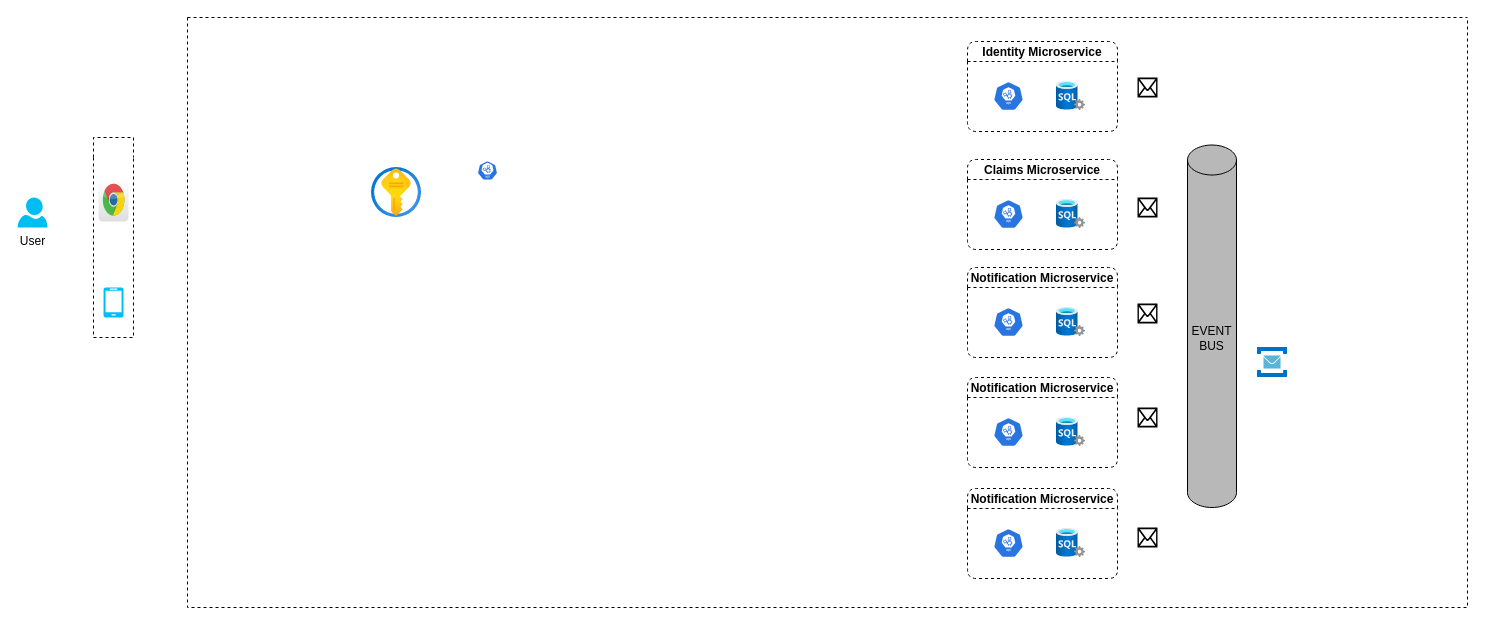
This is solution-diagram.drawio from rahulpandey1589/solution-diagrams, a draw.io file, before an edit. Source tidied: cells renumbered, new cells numbered last; positions are measured from the earlier drawing's top-left corner, leaving out a move shared by most shapes. Both pictures are drawn from the tidied source at 100%, with x=0, y=0 at pixel (17, 17).
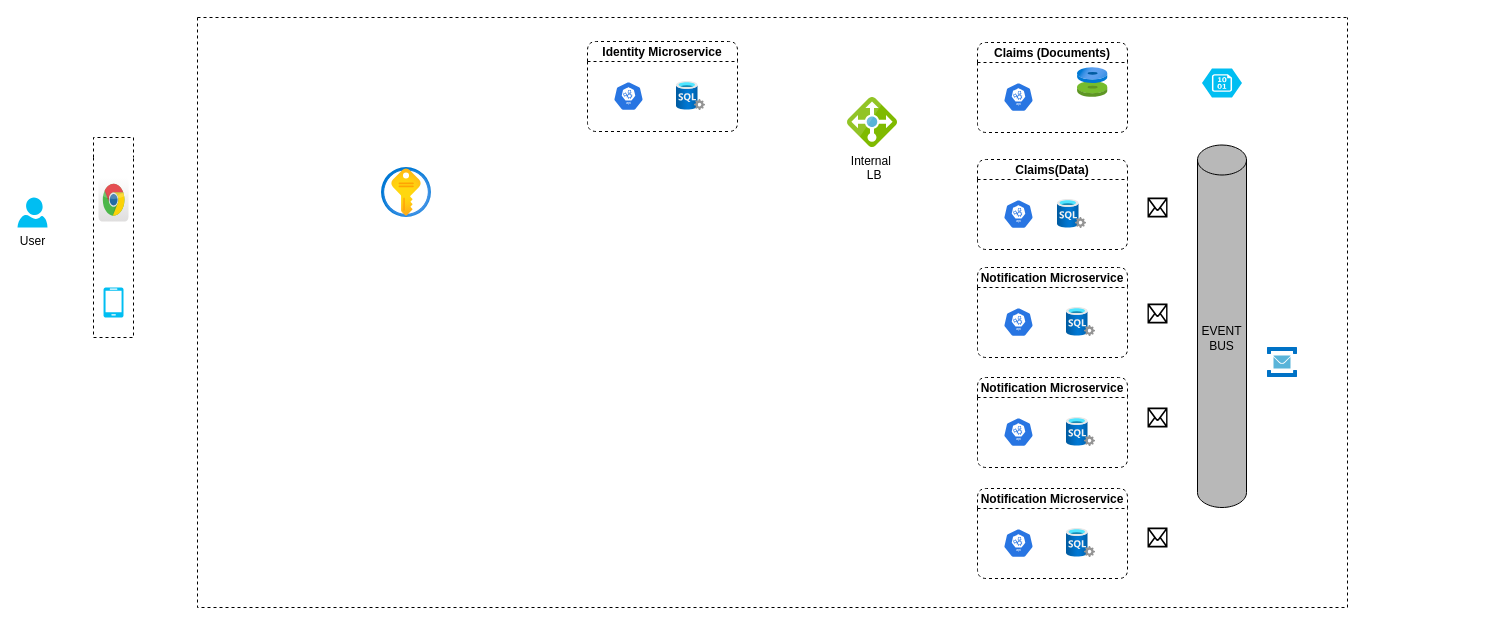
Above is the later version.

The edit, as a diff of the source:
```diff
@@
     <mxCell id="6" style="swimlane;startSize=0;labelBackgroundColor=#ADADAD;fillColor=#969696;dashed=1;" parent="1" vertex="1">
-      <mxGeometry x="170" width="1280" height="590" as="geometry" />
+      <mxGeometry x="180" width="1150" height="590" as="geometry" />
     </mxCell>
@@
     <mxCell id="9" value="Identity Microservice" style="swimlane;startSize=20;glass=0;swimlaneLine=1;dashed=1;strokeWidth=1;swimlaneFillColor=none;rounded=1;shadow=0;sketch=0;swimlaneHead=1;horizontal=1;noLabel=0;" parent="6" vertex="1">
-      <mxGeometry x="780" y="24" width="150" height="90" as="geometry" />
+      <mxGeometry x="390" y="24" width="150" height="90" as="geometry" />
     </mxCell>
@@
-    <mxCell id="12" style="sketch=0;html=1;dashed=0;whitespace=wrap;fillColor=#2875E2;strokeColor=#ffffff;shape=mxgraph.kubernetes.icon;prIcon=api;" parent="6" vertex="1">
-      <mxGeometry x="290" y="129" width="20" height="48" as="geometry" />
-    </mxCell>
@@
-    <mxCell id="15" value="Claims Microservice" style="swimlane;startSize=20;glass=0;swimlaneLine=1;dashed=1;strokeWidth=1;swimlaneFillColor=none;rounded=1;shadow=0;sketch=0;swimlaneHead=1;horizontal=1;noLabel=0;" parent="6" vertex="1">
+    <mxCell id="15" value="Claims(Data)" style="swimlane;startSize=20;glass=0;swimlaneLine=1;dashed=1;strokeWidth=1;swimlaneFillColor=none;rounded=1;shadow=0;sketch=0;swimlaneHead=1;horizontal=1;noLabel=0;" parent="6" vertex="1">
       <mxGeometry x="780" y="142" width="150" height="90" as="geometry" />
     </mxCell>
@@
-    <mxCell id="17" style="html=1;align=center;image;fontSize=12;image=img/lib/azure2/databases/SQL_Server.svg;" parent="15" vertex="1">
-      <mxGeometry x="89" y="40" width="29" height="29" as="geometry" />
-    </mxCell>
+    <mxCell id="33" style="html=1;align=center;image;fontSize=12;image=img/lib/azure2/databases/SQL_Server.svg;" parent="15" vertex="1">
+      <mxGeometry x="80" y="40" width="29" height="29" as="geometry" />
+    </mxCell>
@@
-    <mxCell id="28" style="shape=mxgraph.signs.tech.mail;html=1;fillColor=#000000;strokeColor=none;verticalLabelPosition=bottom;verticalAlign=top;align=center;" parent="6" vertex="1">
-      <mxGeometry x="950" y="60" width="20" height="20" as="geometry" />
-    </mxCell>
@@
+    <mxCell id="34" value="Claims (Documents)" style="swimlane;startSize=20;glass=0;swimlaneLine=1;dashed=1;strokeWidth=1;swimlaneFillColor=none;rounded=1;shadow=0;sketch=0;swimlaneHead=1;horizontal=1;noLabel=0;" parent="6" vertex="1">
+      <mxGeometry x="780" y="25" width="150" height="90" as="geometry" />
+    </mxCell>
+    <mxCell id="35" style="sketch=0;html=1;dashed=0;whitespace=wrap;fillColor=#2875E2;strokeColor=#ffffff;shape=mxgraph.kubernetes.icon;prIcon=api;" parent="34" vertex="1">
+      <mxGeometry x="16" y="40" width="50" height="29" as="geometry" />
+    </mxCell>
+    <mxCell id="36" style="html=1;align=center;image;fontSize=12;image=img/lib/azure2/compute/Disks.svg;fontFamily=Helvetica;" parent="34" vertex="1">
+      <mxGeometry x="100" y="25" width="30.5" height="30" as="geometry" />
+    </mxCell>
+    <mxCell id="37" value="Internal&amp;nbsp;&lt;br&gt;&amp;nbsp;LB" style="sketch=0;html=1;align=center;image;fontSize=12;image=img/lib/mscae/Load_Balancer_feature.svg;fontFamily=Helvetica;" parent="6" vertex="1">
+      <mxGeometry x="650" y="80" width="50" height="50" as="geometry" />
+    </mxCell>
+    <mxCell id="38" style="verticalLabelPosition=bottom;html=1;verticalAlign=top;align=center;strokeColor=none;fillColor=#00BEF2;shape=mxgraph.azure.storage_blob;fontFamily=Helvetica;" parent="6" vertex="1">
+      <mxGeometry x="1004.5" y="51" width="40" height="29" as="geometry" />
+    </mxCell>
```
